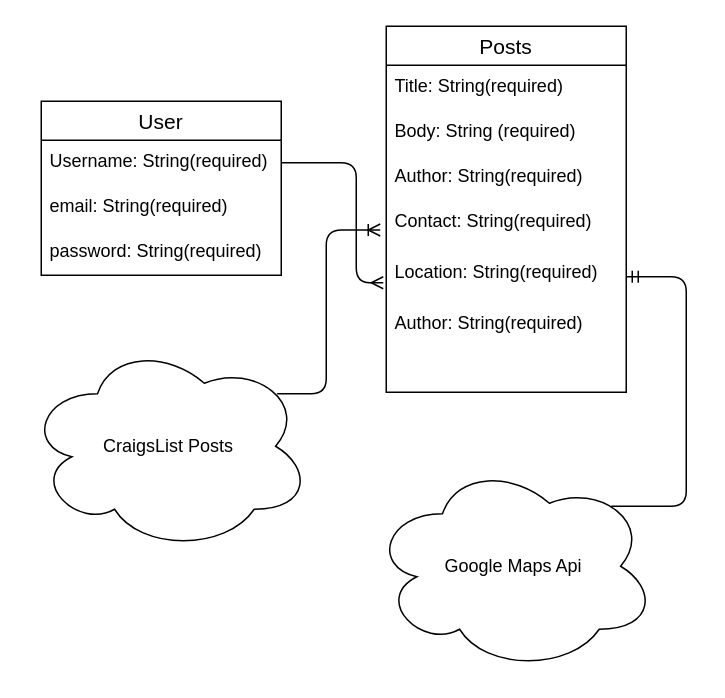
Before: page "Page-1" (1 of 2) of ERD.drawio in toorajj/ScrollListBackEnd, a draw.io diagram. Source tidied: cells renumbered, new cells numbered last; positions are measured from the earlier drawing's top-left corner, leaving out a move shared by most shapes. Both pictures are drawn from the tidied source at 150%, with x=0, y=0 at pixel (26, 26).
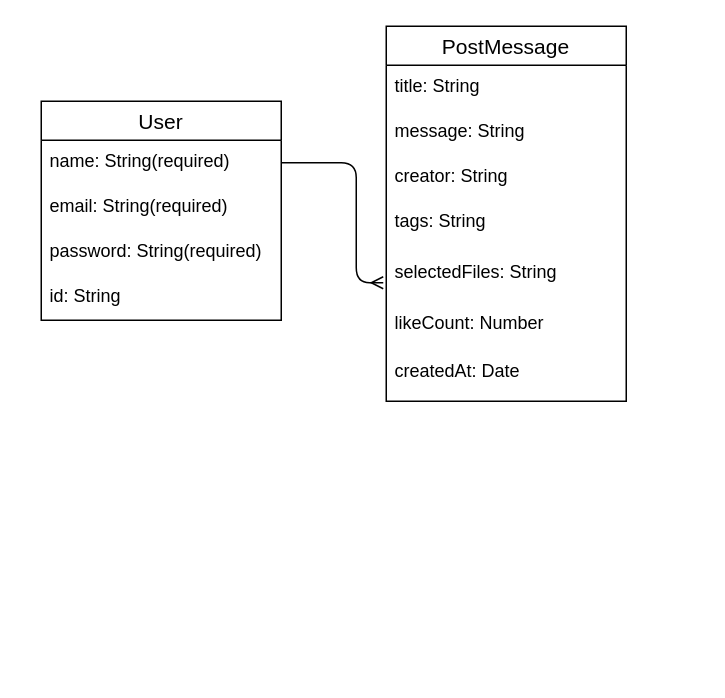
Above is the later version.

Diff of the diagram source:
```diff
@@
-    <mxCell id="2" value="Posts" style="swimlane;fontStyle=0;horizontal=1;startSize=26;align=center;fontSize=14;" parent="1" vertex="1">
-      <mxGeometry x="240" width="160" height="244" as="geometry" />
+    <mxCell id="2" value="PostMessage" style="swimlane;fontStyle=0;horizontal=1;startSize=26;align=center;fontSize=14;" parent="1" vertex="1">
+      <mxGeometry x="240" width="160" height="250" as="geometry" />
     </mxCell>
-    <mxCell id="3" value="Title: String(required)" style="text;strokeColor=none;fillColor=none;spacingLeft=4;spacingRight=4;overflow=hidden;fontSize=12;" parent="2" vertex="1">
+    <mxCell id="3" value="title: String" style="text;strokeColor=none;fillColor=none;spacingLeft=4;spacingRight=4;overflow=hidden;fontSize=12;" parent="2" vertex="1">
       <mxGeometry y="26" width="160" height="30" as="geometry" />
     </mxCell>
-    <mxCell id="4" value="Body: String (required)" style="text;strokeColor=none;fillColor=none;spacingLeft=4;spacingRight=4;overflow=hidden;fontSize=12;" parent="2" vertex="1">
+    <mxCell id="4" value="message: String " style="text;strokeColor=none;fillColor=none;spacingLeft=4;spacingRight=4;overflow=hidden;fontSize=12;" parent="2" vertex="1">
       <mxGeometry y="56" width="160" height="30" as="geometry" />
     </mxCell>
-    <mxCell id="5" value="Author: String(required)" style="text;strokeColor=none;fillColor=none;spacingLeft=4;spacingRight=4;overflow=hidden;fontSize=12;" parent="2" vertex="1">
+    <mxCell id="5" value="creator: String" style="text;strokeColor=none;fillColor=none;spacingLeft=4;spacingRight=4;overflow=hidden;fontSize=12;" parent="2" vertex="1">
       <mxGeometry y="86" width="160" height="30" as="geometry" />
     </mxCell>
-    <mxCell id="6" value="Contact: String(required)" style="text;strokeColor=none;fillColor=none;spacingLeft=4;spacingRight=4;overflow=hidden;points=[[0,0.5],[1,0.5]];portConstraint=eastwest;fontSize=12;" parent="2" vertex="1">
+    <mxCell id="6" value="tags: String" style="text;strokeColor=none;fillColor=none;spacingLeft=4;spacingRight=4;overflow=hidden;points=[[0,0.5],[1,0.5]];portConstraint=eastwest;fontSize=12;" parent="2" vertex="1">
       <mxGeometry y="116" width="160" height="34" as="geometry" />
     </mxCell>
-    <mxCell id="7" value="Location: String(required)" style="text;strokeColor=none;fillColor=none;spacingLeft=4;spacingRight=4;overflow=hidden;points=[[0,0.5],[1,0.5]];portConstraint=eastwest;fontSize=12;" parent="2" vertex="1">
+    <mxCell id="7" value="selectedFiles: String" style="text;strokeColor=none;fillColor=none;spacingLeft=4;spacingRight=4;overflow=hidden;points=[[0,0.5],[1,0.5]];portConstraint=eastwest;fontSize=12;" parent="2" vertex="1">
       <mxGeometry y="150" width="160" height="34" as="geometry" />
     </mxCell>
-    <mxCell id="8" value="Author: String(required)" style="text;strokeColor=none;fillColor=none;spacingLeft=4;spacingRight=4;overflow=hidden;fontSize=12;" parent="2" vertex="1">
-      <mxGeometry y="184" width="160" height="60" as="geometry" />
+    <mxCell id="8" value="likeCount: Number" style="text;strokeColor=none;fillColor=none;spacingLeft=4;spacingRight=4;overflow=hidden;fontSize=12;" parent="2" vertex="1">
+      <mxGeometry y="184" width="160" height="32" as="geometry" />
     </mxCell>
+    <mxCell id="18" value="createdAt: Date" style="text;strokeColor=none;fillColor=none;spacingLeft=4;spacingRight=4;overflow=hidden;fontSize=12;" parent="2" vertex="1">
+      <mxGeometry y="216" width="160" height="34" as="geometry" />
+    </mxCell>
     <mxCell id="9" value="User" style="swimlane;fontStyle=0;horizontal=1;startSize=26;align=center;fontSize=14;" parent="1" vertex="1">
-      <mxGeometry x="10" y="50" width="160" height="116" as="geometry" />
+      <mxGeometry x="10" y="50" width="160" height="146" as="geometry" />
     </mxCell>
-    <mxCell id="10" value="Username: String(required)" style="text;strokeColor=none;fillColor=none;spacingLeft=4;spacingRight=4;overflow=hidden;points=[[0,0.5],[1,0.5]];portConstraint=eastwest;fontSize=12;" parent="9" vertex="1">
+    <mxCell id="10" value="name: String(required)" style="text;strokeColor=none;fillColor=none;spacingLeft=4;spacingRight=4;overflow=hidden;points=[[0,0.5],[1,0.5]];portConstraint=eastwest;fontSize=12;" parent="9" vertex="1">
       <mxGeometry y="26" width="160" height="30" as="geometry" />
     </mxCell>
@@
+    <mxCell id="19" value="password: String(required)" style="text;strokeColor=none;fillColor=none;spacingLeft=4;spacingRight=4;overflow=hidden;fontSize=12;" parent="9" vertex="1">
+      <mxGeometry y="86" width="160" height="30" as="geometry" />
+    </mxCell>
-    <mxCell id="12" value="password: String(required)" style="text;strokeColor=none;fillColor=none;spacingLeft=4;spacingRight=4;overflow=hidden;fontSize=12;" parent="9" vertex="1">
-      <mxGeometry y="86" width="160" height="30" as="geometry" />
+    <mxCell id="12" value="id: String" style="text;strokeColor=none;fillColor=none;spacingLeft=4;spacingRight=4;overflow=hidden;fontSize=12;" parent="9" vertex="1">
+      <mxGeometry y="116" width="160" height="30" as="geometry" />
     </mxCell>
@@
-    <mxCell id="14" value="CraigsList Posts" style="ellipse;shape=cloud;whiteSpace=wrap;html=1;align=center;" parent="1" vertex="1">
-      <mxGeometry y="210" width="190" height="140" as="geometry" />
-    </mxCell>
-    <mxCell id="15" style="edgeStyle=elbowEdgeStyle;fontSize=12;html=1;endArrow=ERoneToMany;exitX=0.88;exitY=0.25;exitDx=0;exitDy=0;exitPerimeter=0;entryX=-0.025;entryY=0.583;entryDx=0;entryDy=0;entryPerimeter=0;" parent="1" edge="1" source="14" target="6">
-      <mxGeometry relative="1" as="geometry">
-        <Array as="points">
-          <mxPoint x="200" y="230" />
-          <mxPoint x="270" y="190" />
-        </Array>
-      </mxGeometry>
-    </mxCell>
-    <mxCell id="16" value="Google Maps Api" style="ellipse;shape=cloud;whiteSpace=wrap;html=1;align=center;" parent="1" vertex="1">
-      <mxGeometry x="230" y="290" width="190" height="140" as="geometry" />
-    </mxCell>
-    <mxCell id="17" style="fontSize=12;html=1;endArrow=ERmandOne;exitX=1;exitY=0.5;exitDx=0;exitDy=0;edgeStyle=elbowEdgeStyle;entryX=1;entryY=0.5;entryDx=0;entryDy=0;" parent="1" edge="1" target="7">
-      <mxGeometry relative="1" as="geometry">
-        <mxPoint x="390" y="320" as="sourcePoint" />
-        <Array as="points">
-          <mxPoint x="440" y="359" />
-        </Array>
-      </mxGeometry>
-    </mxCell>
```
